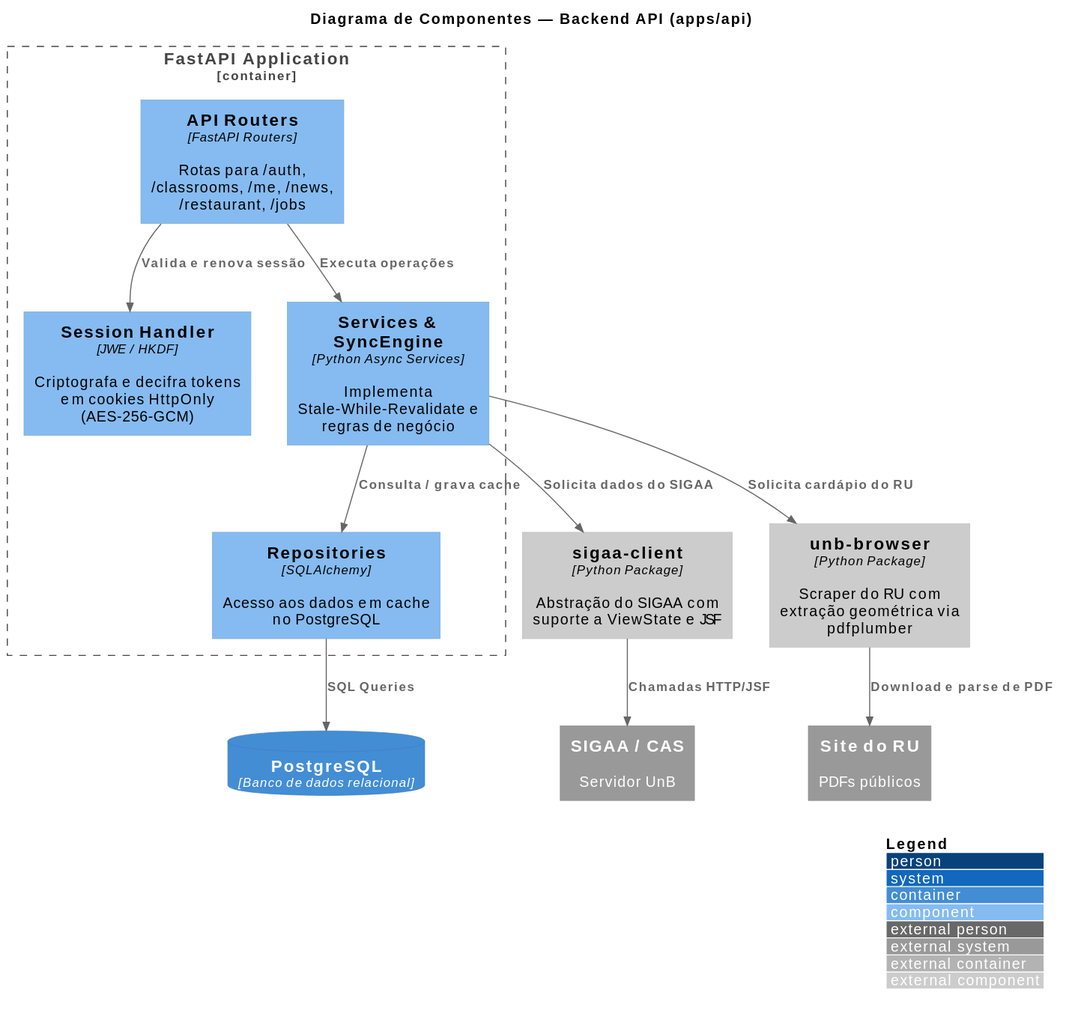
Before: docs/assets/components_backend.svg, a diagram exported from PlantUML (unb-mds/2026-2-Followw).
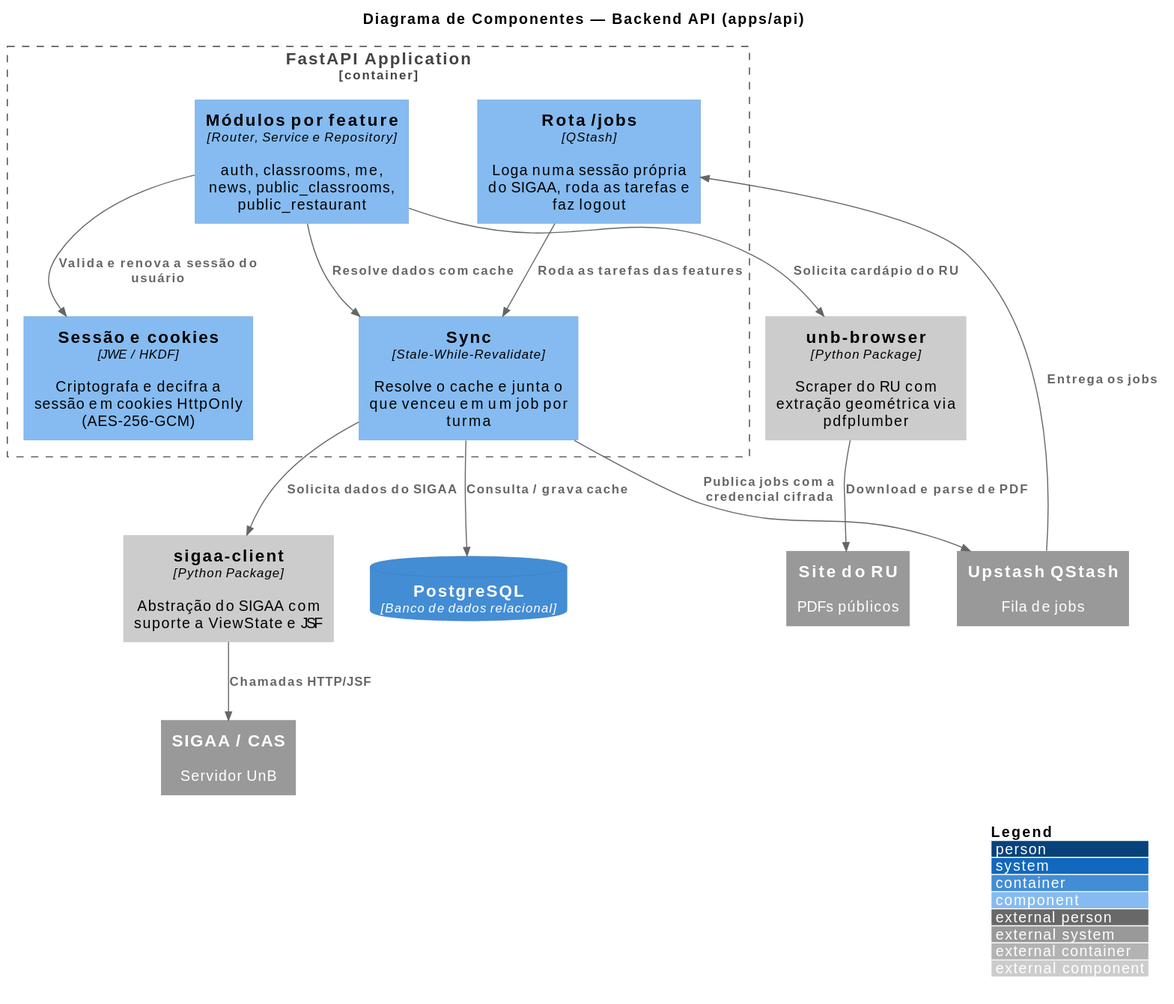
Later version of the same file.

Diff of the diagram source:
```diff
@@ -6,25 +6,28 @@
 title Diagrama de Componentes — Backend API (apps/api)
 
 Container_Boundary(api_boundary, "FastAPI Application") {
-    Component(routers, "API Routers", "FastAPI Routers", "Rotas para /auth, /classrooms, /me, /news, /restaurant, /jobs")
-    Component(session, "Session Handler", "JWE / HKDF", "Criptografa e decifra tokens em cookies HttpOnly (AES-256-GCM)")
-    Component(services, "Services & SyncEngine", "Python Async Services", "Implementa Stale-While-Revalidate e regras de negócio")
-    Component(repos, "Repositories", "SQLAlchemy", "Acesso aos dados em cache no PostgreSQL")
+    Component(modules, "Módulos por feature", "Router, Service e Repository", "auth, classrooms, me, news, public_classrooms, public_restaurant")
+    Component(session, "Sessão e cookies", "JWE / HKDF", "Criptografa e decifra a sessão em cookies HttpOnly (AES-256-GCM)")
+    Component(sync, "Sync", "Stale-While-Revalidate", "Resolve o cache e junta o que venceu em um job por turma")
+    Component(jobs, "Rota /jobs", "QStash", "Loga numa sessão própria do SIGAA, roda as tarefas e faz logout")
 }
 
 Component_Ext(sigaa_client, "sigaa-client", "Python Package", "Abstração do SIGAA com suporte a ViewState e JSF")
 Component_Ext(unb_browser, "unb-browser", "Python Package", "Scraper do RU com extração geométrica via pdfplumber")
 
 ContainerDb(db, "PostgreSQL", "Banco de dados relacional")
+System_Ext(qstash, "Upstash QStash", "Fila de jobs")
 System_Ext(sigaa, "SIGAA / CAS", "Servidor UnB")
 System_Ext(ru_site, "Site do RU", "PDFs públicos")
 
-Rel(routers, session, "Valida e renova sessão")
-Rel(routers, services, "Executa operações")
-Rel(services, repos, "Consulta / grava cache")
-Rel(repos, db, "SQL Queries")
-Rel(services, sigaa_client, "Solicita dados do SIGAA")
-Rel(services, unb_browser, "Solicita cardápio do RU")
+Rel(modules, session, "Valida e renova a sessão do usuário")
+Rel(modules, sync, "Resolve dados com cache")
+Rel(sync, db, "Consulta / grava cache")
+Rel(sync, qstash, "Publica jobs com a credencial cifrada")
+Rel(qstash, jobs, "Entrega os jobs")
+Rel(jobs, sync, "Roda as tarefas das features")
+Rel(sync, sigaa_client, "Solicita dados do SIGAA")
+Rel(modules, unb_browser, "Solicita cardápio do RU")
 Rel(sigaa_client, sigaa, "Chamadas HTTP/JSF")
 Rel(unb_browser, ru_site, "Download e parse de PDF")
 @enduml
```
